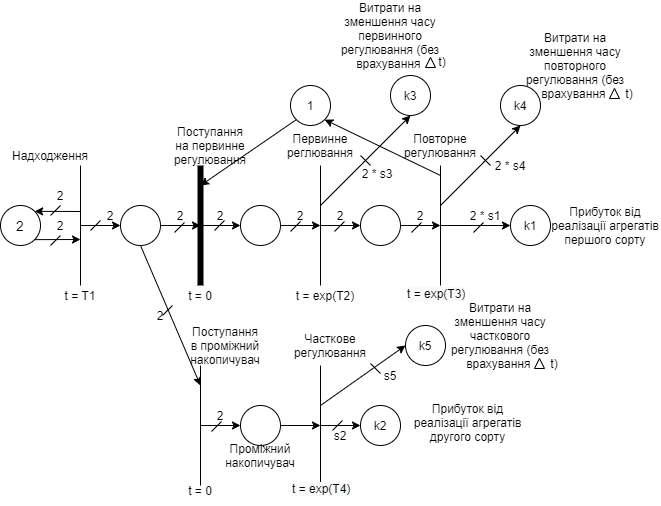
This is course work schema.png from ojdmytruk/SystemModeling_sem7, a draw.io export, as it was before one commit. Source tidied: cells renumbered, new cells last; positions are measured from the earlier drawing's top-left corner, leaving out a move shared by most shapes.
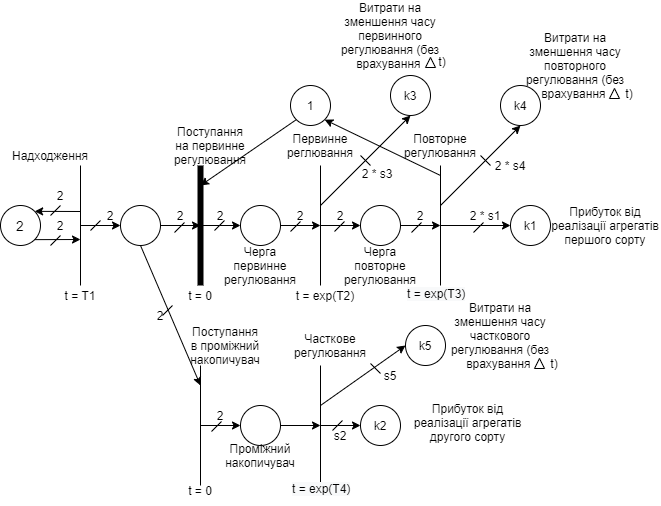
After the commit.

Diff of the diagram source:
```diff
@@ -373,5 +373,11 @@
         <mxPoint x="360" y="130" as="targetPoint" />
       </mxGeometry>
     </mxCell>
+    <mxCell id="92" value="Черга первинне регулювання" style="text;html=1;strokeColor=none;fillColor=none;align=center;verticalAlign=middle;whiteSpace=wrap;rounded=0;" parent="1" vertex="1">
+      <mxGeometry x="240" y="230" width="40" height="20" as="geometry" />
+    </mxCell>
+    <mxCell id="93" value="Черга повторне регулювання" style="text;html=1;strokeColor=none;fillColor=none;align=center;verticalAlign=middle;whiteSpace=wrap;rounded=0;" parent="1" vertex="1">
+      <mxGeometry x="360" y="230" width="40" height="20" as="geometry" />
+    </mxCell>
   </root>
 </mxGraphModel>
```
